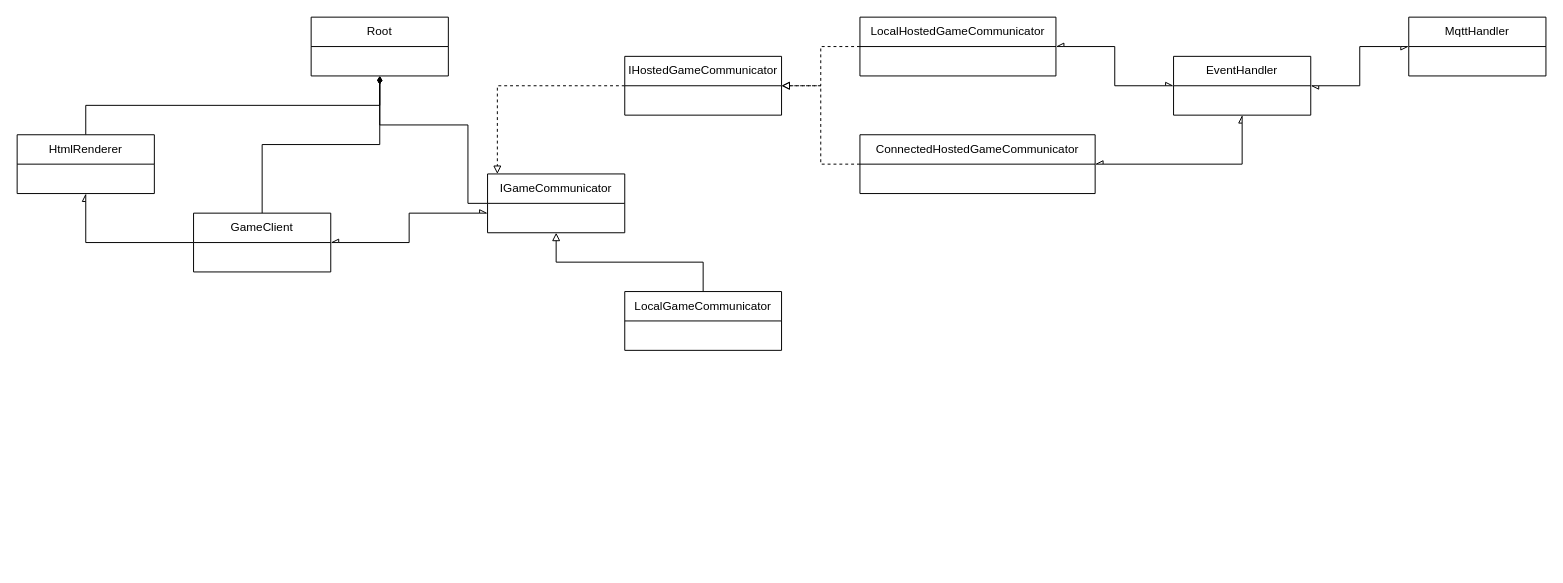
oldmartijntje/tiny-soup keeps this draw.io diagram as diagram.drawio. Above is the earlier version. Source tidied: cells renumbered, new cells numbered last; positions are measured from the earlier drawing's top-left corner, leaving out a move shared by most shapes. Both pictures are drawn from the tidied source at 98%, with x=0, y=0 at pixel (17, 17).
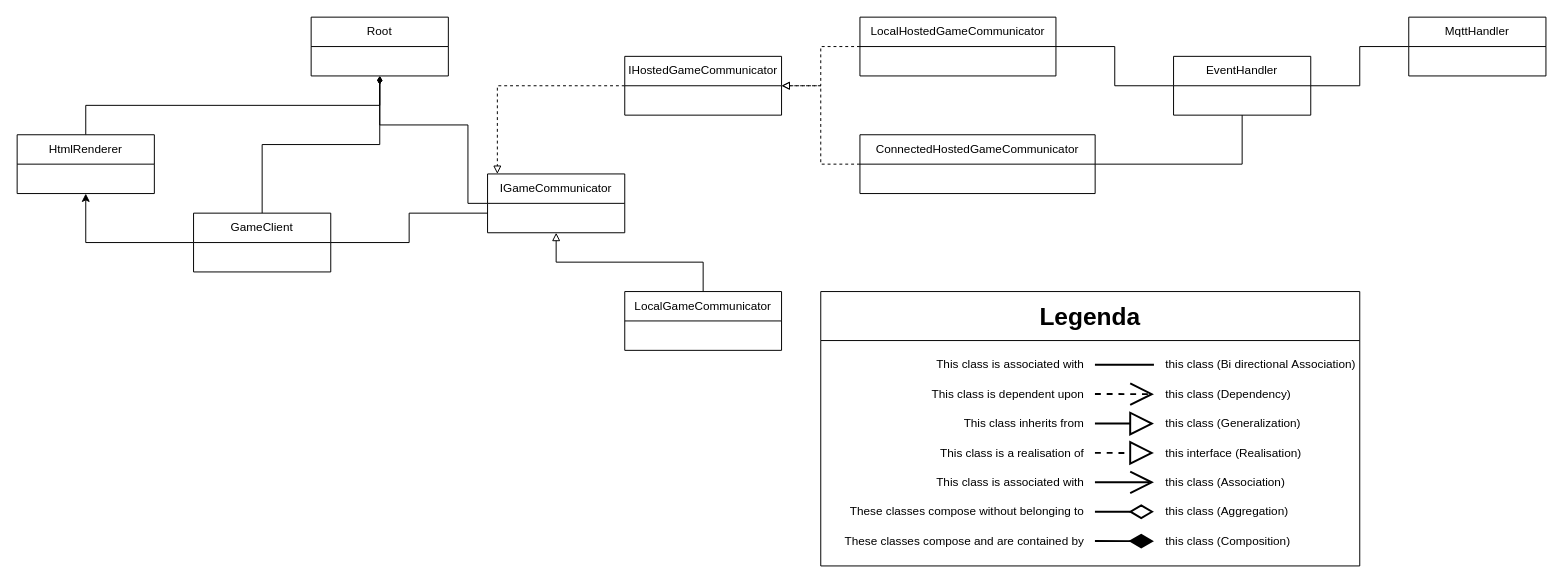
Above is the later version.

The change refers to these unchanged cells:
```xml
<mxCell id="6" value="GameClient" style="swimlane;fontStyle=0;horizontal=1;startSize=30;whiteSpace=wrap;html=1;" parent="1" vertex="1">
  <mxGeometry x="180" y="200" width="140" height="60" as="geometry" />
</mxCell>
<mxCell id="8" value="IGameCommunicator" style="swimlane;fontStyle=0;horizontal=1;startSize=30;whiteSpace=wrap;html=1;" parent="1" vertex="1">
  <mxGeometry x="480" y="160" width="140" height="60" as="geometry" />
</mxCell>
<mxCell id="15" value="LocalHostedGameCommunicator" style="swimlane;fontStyle=0;horizontal=1;startSize=30;whiteSpace=wrap;html=1;" parent="1" vertex="1">
  <mxGeometry x="860" width="200" height="60" as="geometry" />
</mxCell>
<mxCell id="18" value="ConnectedHostedGameCommunicator" style="swimlane;fontStyle=0;horizontal=1;startSize=30;whiteSpace=wrap;html=1;" parent="1" vertex="1">
  <mxGeometry x="860" y="120" width="240" height="60" as="geometry" />
</mxCell>
<mxCell id="19" value="EventHandler" style="swimlane;fontStyle=0;horizontal=1;startSize=30;whiteSpace=wrap;html=1;" parent="1" vertex="1">
  <mxGeometry x="1180" y="40" width="140" height="60" as="geometry" />
</mxCell>
<mxCell id="21" value="MqttHandler" style="swimlane;fontStyle=0;horizontal=1;startSize=30;whiteSpace=wrap;html=1;" parent="1" vertex="1">
  <mxGeometry x="1420" width="140" height="60" as="geometry" />
</mxCell>
<mxCell id="23" value="HtmlRenderer" style="swimlane;fontStyle=0;horizontal=1;startSize=30;whiteSpace=wrap;html=1;" parent="1" vertex="1">
  <mxGeometry y="120" width="140" height="60" as="geometry" />
</mxCell>
```

What changed in the source:
```diff
@@
-    <mxCell id="4" style="edgeStyle=orthogonalEdgeStyle;rounded=0;jettySize=auto;html=1;endArrow=async;endFill=0;startArrow=async;startFill=0;" parent="1" edge="1" source="6" target="8">
+    <mxCell id="4" style="edgeStyle=orthogonalEdgeStyle;rounded=0;jettySize=auto;html=1;endArrow=none;endFill=0;startArrow=none;startFill=0;" parent="1" edge="1" source="6" target="8">
       <mxGeometry relative="1" as="geometry">
         <Array as="points">
           <mxPoint x="400" y="230" />
           <mxPoint x="400" y="200" />
         </Array>
       </mxGeometry>
     </mxCell>
-    <mxCell id="5" style="edgeStyle=orthogonalEdgeStyle;rounded=0;jettySize=auto;html=1;endArrow=async;endFill=0;" parent="1" edge="1" source="6" target="23">
+    <mxCell id="5" style="edgeStyle=orthogonalEdgeStyle;rounded=0;jettySize=auto;html=1;endArrow=classic;endFill=1;" parent="1" edge="1" source="6" target="23">
       <mxGeometry relative="1" as="geometry" />
     </mxCell>
@@
-    <mxCell id="14" style="edgeStyle=orthogonalEdgeStyle;rounded=0;jettySize=auto;html=1;entryX=0;entryY=0.5;entryDx=0;entryDy=0;endArrow=async;endFill=0;startArrow=async;startFill=0;" parent="1" edge="1" source="15" target="19">
+    <mxCell id="14" style="edgeStyle=orthogonalEdgeStyle;rounded=0;jettySize=auto;html=1;entryX=0;entryY=0.5;entryDx=0;entryDy=0;endArrow=none;endFill=0;startArrow=none;startFill=0;" parent="1" edge="1" source="15" target="19">
       <mxGeometry relative="1" as="geometry" />
     </mxCell>
@@
-    <mxCell id="17" style="edgeStyle=orthogonalEdgeStyle;rounded=0;jettySize=auto;html=1;startArrow=async;startFill=0;endArrow=async;endFill=0;" parent="1" edge="1" source="18" target="19">
+    <mxCell id="17" style="edgeStyle=orthogonalEdgeStyle;rounded=0;jettySize=auto;html=1;startArrow=none;startFill=0;endArrow=none;endFill=0;" parent="1" edge="1" source="18" target="19">
       <mxGeometry relative="1" as="geometry" />
     </mxCell>
@@
-    <mxCell id="20" style="edgeStyle=orthogonalEdgeStyle;rounded=0;jettySize=auto;html=1;endArrow=async;endFill=0;startArrow=async;startFill=0;" parent="1" edge="1" source="21" target="19">
+    <mxCell id="20" style="edgeStyle=orthogonalEdgeStyle;rounded=0;jettySize=auto;html=1;endArrow=none;endFill=0;startArrow=none;startFill=0;" parent="1" edge="1" source="21" target="19">
       <mxGeometry relative="1" as="geometry" />
     </mxCell>
@@
+    <mxCell id="24" value="&lt;font style=&quot;font-size: 25px;&quot;&gt;Legenda&lt;/font&gt;" style="swimlane;whiteSpace=wrap;html=1;startSize=50;fontColor=default;" parent="1" vertex="1">
+      <mxGeometry x="820" y="280" width="550" height="280" as="geometry" />
+    </mxCell>
+    <mxCell id="25" value="This class is associated with" style="text;html=1;align=right;verticalAlign=middle;strokeColor=none;fillColor=none;fontColor=default;" parent="24" vertex="1">
+      <mxGeometry x="100" y="60" width="170" height="30" as="geometry" />
+    </mxCell>
+    <mxCell id="26" style="endArrow=none;html=1;rounded=0;entryX=0.184;entryY=0.81;entryDx=0;entryDy=0;entryPerimeter=0;startFill=0;strokeWidth=2;fontColor=default;" parent="24" edge="1">
+      <mxGeometry relative="1" as="geometry">
+        <mxPoint x="279.8" y="74.6" as="sourcePoint" />
+        <mxPoint x="340" y="74.7" as="targetPoint" />
+      </mxGeometry>
+    </mxCell>
+    <mxCell id="27" value="This class is dependent upon" style="text;html=1;align=right;verticalAlign=middle;strokeColor=none;fillColor=none;fontColor=default;" parent="24" vertex="1">
+      <mxGeometry x="90" y="90" width="180" height="30" as="geometry" />
+    </mxCell>
+    <mxCell id="28" style="endArrow=open;html=1;rounded=0;entryX=0.184;entryY=0.81;entryDx=0;entryDy=0;entryPerimeter=0;strokeWidth=2;endFill=0;dashed=1;endSize=20;fontColor=default;" parent="24" edge="1">
+      <mxGeometry relative="1" as="geometry">
+        <mxPoint x="279.8" y="104.6" as="sourcePoint" />
+        <mxPoint x="340" y="104.7" as="targetPoint" />
+      </mxGeometry>
+    </mxCell>
+    <mxCell id="29" value="This class inherits from" style="text;html=1;align=right;verticalAlign=middle;strokeColor=none;fillColor=none;fontColor=default;" parent="24" vertex="1">
+      <mxGeometry x="120" y="120" width="150" height="30" as="geometry" />
+    </mxCell>
+    <mxCell id="30" style="endArrow=block;html=1;rounded=0;entryX=0.184;entryY=0.81;entryDx=0;entryDy=0;entryPerimeter=0;endFill=0;endSize=20;strokeWidth=2;fontColor=default;" parent="24" edge="1">
+      <mxGeometry relative="1" as="geometry">
+        <mxPoint x="279.8" y="134.6" as="sourcePoint" />
+        <mxPoint x="340" y="134.7" as="targetPoint" />
+      </mxGeometry>
+    </mxCell>
+    <mxCell id="31" value="This class is a realisation of" style="text;html=1;align=right;verticalAlign=middle;strokeColor=none;fillColor=none;fontColor=default;" parent="24" vertex="1">
+      <mxGeometry x="100" y="150" width="170" height="30" as="geometry" />
+    </mxCell>
+    <mxCell id="32" style="endArrow=block;html=1;rounded=0;entryX=0.184;entryY=0.81;entryDx=0;entryDy=0;entryPerimeter=0;endFill=0;dashed=1;strokeWidth=2;endSize=20;fontColor=default;" parent="24" edge="1">
+      <mxGeometry relative="1" as="geometry">
+        <mxPoint x="279.8" y="164.6" as="sourcePoint" />
+        <mxPoint x="340" y="164.7" as="targetPoint" />
+      </mxGeometry>
+    </mxCell>
+    <mxCell id="33" value="This class is associated with" style="text;html=1;align=right;verticalAlign=middle;strokeColor=none;fillColor=none;fontColor=default;" parent="24" vertex="1">
+      <mxGeometry x="100" y="180" width="170" height="30" as="geometry" />
+    </mxCell>
+    <mxCell id="34" style="endArrow=open;html=1;rounded=0;entryX=0.184;entryY=0.81;entryDx=0;entryDy=0;entryPerimeter=0;endFill=0;endSize=20;strokeWidth=2;fontColor=default;" parent="24" edge="1">
+      <mxGeometry relative="1" as="geometry">
+        <mxPoint x="279.8" y="194.6" as="sourcePoint" />
+        <mxPoint x="340" y="194.7" as="targetPoint" />
+      </mxGeometry>
+    </mxCell>
+    <mxCell id="35" value="These classes compose without belonging to" style="text;html=1;align=right;verticalAlign=middle;strokeColor=none;fillColor=none;fontColor=default;" parent="24" vertex="1">
+      <mxGeometry x="10" y="210" width="260" height="30" as="geometry" />
+    </mxCell>
+    <mxCell id="36" style="endArrow=diamondThin;html=1;rounded=0;entryX=0.184;entryY=0.81;entryDx=0;entryDy=0;entryPerimeter=0;endFill=0;strokeWidth=2;endSize=20;fontColor=default;" parent="24" edge="1">
+      <mxGeometry relative="1" as="geometry">
+        <mxPoint x="279.8" y="224.6" as="sourcePoint" />
+        <mxPoint x="340" y="224.7" as="targetPoint" />
+      </mxGeometry>
+    </mxCell>
+    <mxCell id="37" value="These classes compose and are contained by" style="text;html=1;align=right;verticalAlign=middle;strokeColor=none;fillColor=none;fontColor=default;" parent="24" vertex="1">
+      <mxGeometry y="240" width="270" height="30" as="geometry" />
+    </mxCell>
+    <mxCell id="38" style="endArrow=diamondThin;html=1;rounded=0;entryX=0.184;entryY=0.81;entryDx=0;entryDy=0;entryPerimeter=0;endFill=1;endSize=20;strokeWidth=2;fontColor=default;" parent="24" edge="1">
+      <mxGeometry relative="1" as="geometry">
+        <mxPoint x="279.8" y="254.6" as="sourcePoint" />
+        <mxPoint x="340" y="254.7" as="targetPoint" />
+      </mxGeometry>
+    </mxCell>
+    <mxCell id="39" value="this class (Bi directional&amp;nbsp;&lt;span style=&quot;&quot;&gt;Association)&lt;/span&gt;" style="text;html=1;align=left;verticalAlign=middle;strokeColor=none;fillColor=none;fontColor=default;" parent="24" vertex="1">
+      <mxGeometry x="350" y="60" width="220" height="30" as="geometry" />
+    </mxCell>
+    <mxCell id="40" value="this class (Dependency)" style="text;html=1;align=left;verticalAlign=middle;strokeColor=none;fillColor=none;fontColor=default;" parent="24" vertex="1">
+      <mxGeometry x="350" y="90" width="150" height="30" as="geometry" />
+    </mxCell>
+    <mxCell id="41" value="this class (Generalization)" style="text;html=1;align=left;verticalAlign=middle;strokeColor=none;fillColor=none;fontColor=default;" parent="24" vertex="1">
+      <mxGeometry x="350" y="120" width="160" height="30" as="geometry" />
+    </mxCell>
+    <mxCell id="42" value="this interface (Realisation)" style="text;html=1;align=left;verticalAlign=middle;strokeColor=none;fillColor=none;fontColor=default;" parent="24" vertex="1">
+      <mxGeometry x="350" y="150" width="160" height="30" as="geometry" />
+    </mxCell>
+    <mxCell id="43" value="this class (Aggregation)" style="text;html=1;align=left;verticalAlign=middle;strokeColor=none;fillColor=none;fontColor=default;" parent="24" vertex="1">
+      <mxGeometry x="350" y="210" width="150" height="30" as="geometry" />
+    </mxCell>
+    <mxCell id="44" value="this class (Composition)" style="text;html=1;align=left;verticalAlign=middle;strokeColor=none;fillColor=none;fontColor=default;" parent="24" vertex="1">
+      <mxGeometry x="350" y="240" width="150" height="30" as="geometry" />
+    </mxCell>
+    <mxCell id="45" value="this class (Association)" style="text;html=1;align=left;verticalAlign=middle;strokeColor=none;fillColor=none;fontColor=default;" parent="24" vertex="1">
+      <mxGeometry x="350" y="180" width="150" height="30" as="geometry" />
+    </mxCell>
```
